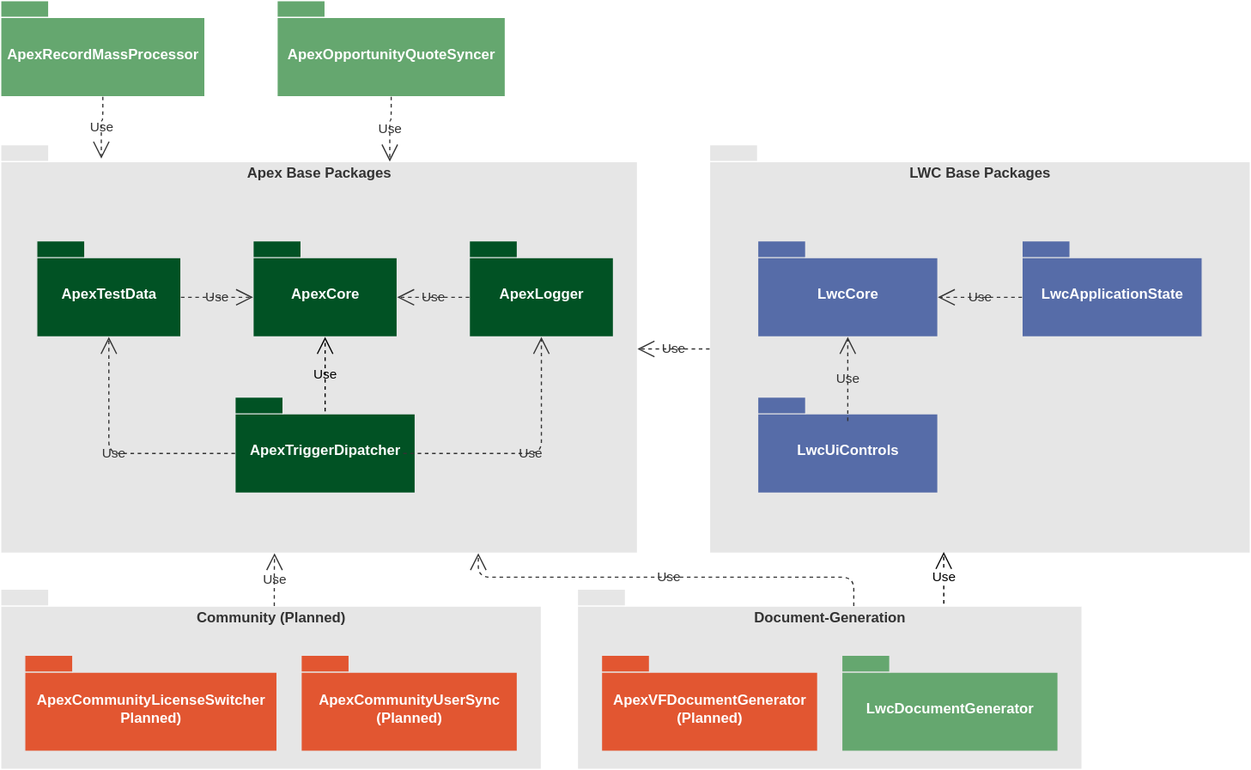
Above: hwToolkit/resources/toolkit-UML.svg in hwconsult/hwconsult.github.io (draw.io), before the change. Source tidied: cells renumbered, new cells last; positions are measured from the earlier drawing's top-left corner, leaving out a move shared by most shapes.
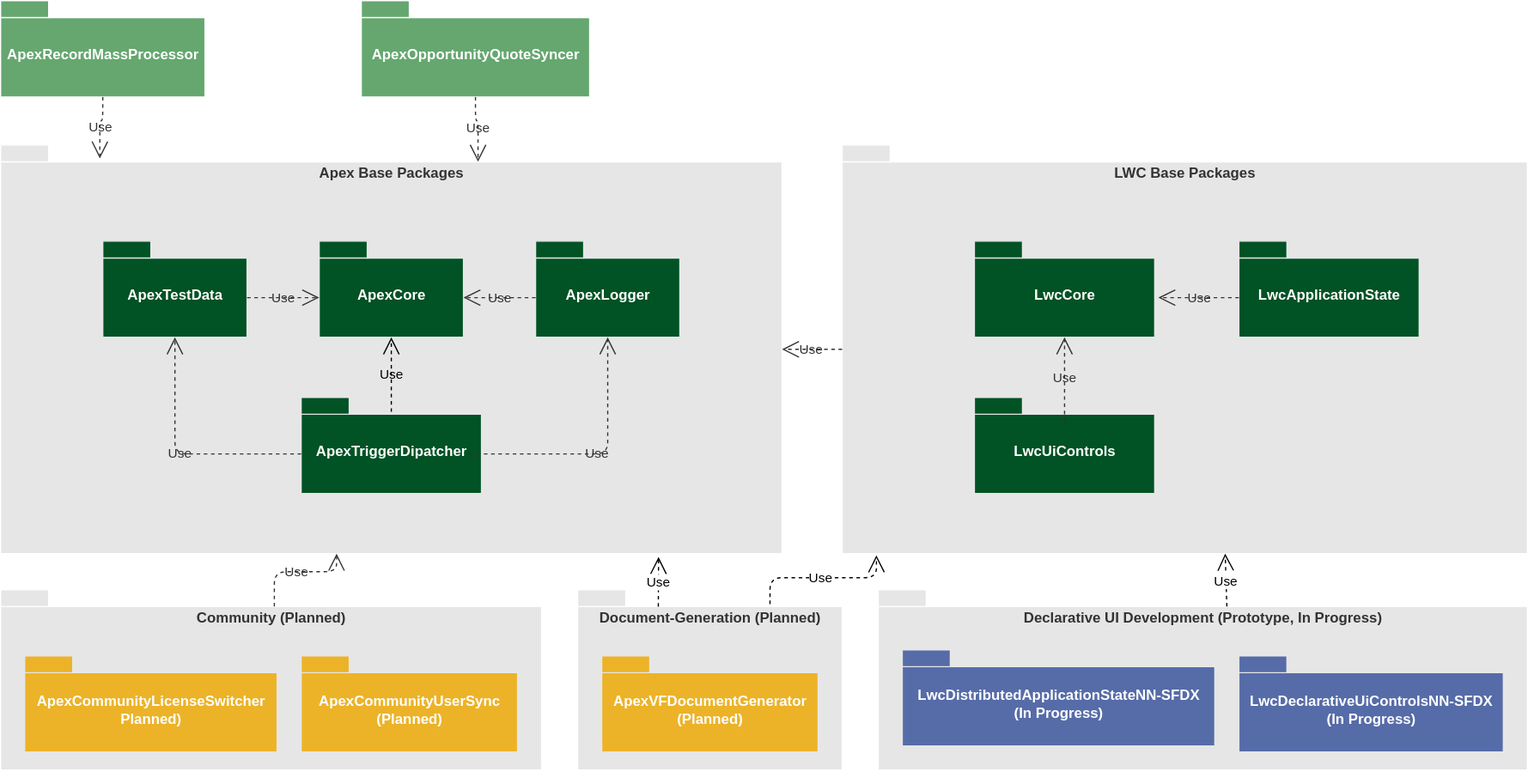
Later version of the same file.

The edit, as a diff of the source:
```diff
@@ -2,23 +2,23 @@
   <root>
     <mxCell id="0" />
     <mxCell id="1" parent="0" />
-    <mxCell id="2" value="Document-Generation" style="shape=folder;fontStyle=1;spacingTop=10;tabWidth=40;tabHeight=14;tabPosition=left;html=1;verticalAlign=top;fillColor=#E6E6E6;strokeColor=#FFFFFF;fontColor=#333333;" parent="1" vertex="1">
-      <mxGeometry x="480" y="490" width="420" height="150" as="geometry" />
+    <mxCell id="2" value="Document-Generation (Planned)" style="shape=folder;fontStyle=1;spacingTop=10;tabWidth=40;tabHeight=14;tabPosition=left;html=1;verticalAlign=top;fillColor=#E6E6E6;strokeColor=#FFFFFF;fontColor=#333333;" parent="1" vertex="1">
+      <mxGeometry x="480" y="490" width="220" height="150" as="geometry" />
     </mxCell>
     <mxCell id="3" value="Apex Base Packages" style="shape=folder;fontStyle=1;spacingTop=10;tabWidth=40;tabHeight=14;tabPosition=left;html=1;verticalAlign=top;strokeColor=#FFFFFF;fillColor=#E6E6E6;fontColor=#333333;" parent="1" vertex="1">
-      <mxGeometry y="120" width="530" height="340" as="geometry" />
+      <mxGeometry y="120" width="650" height="340" as="geometry" />
     </mxCell>
     <mxCell id="4" value="ApexCore" style="shape=folder;fontStyle=1;spacingTop=10;tabWidth=40;tabHeight=14;tabPosition=left;html=1;verticalAlign=middle;strokeColor=#E6E6E6;fillColor=#015224;fontColor=#FFFFFF;" parent="1" vertex="1">
-      <mxGeometry x="210" y="200" width="120" height="80" as="geometry" />
+      <mxGeometry x="265" y="200" width="120" height="80" as="geometry" />
     </mxCell>
     <mxCell id="5" value="ApexTestData" style="shape=folder;fontStyle=1;spacingTop=10;tabWidth=40;tabHeight=14;tabPosition=left;html=1;verticalAlign=middle;strokeColor=#E6E6E6;fillColor=#015224;fontColor=#FFFFFF;" parent="1" vertex="1">
-      <mxGeometry x="30" y="200" width="120" height="80" as="geometry" />
+      <mxGeometry x="85" y="200" width="120" height="80" as="geometry" />
     </mxCell>
     <mxCell id="6" value="ApexTriggerDipatcher" style="shape=folder;fontStyle=1;spacingTop=10;tabWidth=40;tabHeight=14;tabPosition=left;html=1;verticalAlign=middle;strokeColor=#E6E6E6;fillColor=#015224;fontColor=#FFFFFF;" parent="1" vertex="1">
-      <mxGeometry x="195" y="330" width="150" height="80" as="geometry" />
+      <mxGeometry x="250" y="330" width="150" height="80" as="geometry" />
     </mxCell>
     <mxCell id="7" value="ApexLogger" style="shape=folder;fontStyle=1;spacingTop=10;tabWidth=40;tabHeight=14;tabPosition=left;html=1;verticalAlign=middle;strokeColor=#E6E6E6;fillColor=#015224;fontColor=#FFFFFF;" parent="1" vertex="1">
-      <mxGeometry x="390" y="200" width="120" height="80" as="geometry" />
+      <mxGeometry x="445" y="200" width="120" height="80" as="geometry" />
     </mxCell>
     <mxCell id="8" value="Use" style="endArrow=open;endSize=12;dashed=1;html=1;exitX=0;exitY=0;exitDx=120;exitDy=47;exitPerimeter=0;entryX=0;entryY=0;entryDx=0;entryDy=47;entryPerimeter=0;edgeStyle=orthogonalEdgeStyle;labelBackgroundColor=none;fontColor=#333333;strokeColor=#333333;" parent="1" edge="1" source="5" target="4">
       <mxGeometry relative="1" as="geometry" />
@@ -38,56 +38,45 @@
     <mxCell id="13" value="ApexRecordMassProcessor" style="shape=folder;fontStyle=1;spacingTop=10;tabWidth=40;tabHeight=14;tabPosition=left;html=1;verticalAlign=middle;fillColor=#65A76F;strokeColor=#FFFFFF;fontColor=#FFFFFF;" parent="1" vertex="1">
       <mxGeometry width="170" height="80" as="geometry" />
     </mxCell>
-    <mxCell id="14" value="Use" style="endArrow=open;endSize=12;dashed=1;html=1;exitX=0.5;exitY=1;exitDx=0;exitDy=0;exitPerimeter=0;entryX=0.158;entryY=0.034;entryDx=0;entryDy=0;entryPerimeter=0;edgeStyle=orthogonalEdgeStyle;labelBackgroundColor=none;fontColor=#333333;strokeColor=#333333;" parent="1" edge="1" source="13" target="3">
+    <mxCell id="14" value="Use" style="endArrow=open;endSize=12;dashed=1;html=1;exitX=0.5;exitY=1;exitDx=0;exitDy=0;exitPerimeter=0;entryX=0.127;entryY=0.033;entryDx=0;entryDy=0;entryPerimeter=0;edgeStyle=orthogonalEdgeStyle;labelBackgroundColor=none;fontColor=#333333;strokeColor=#333333;" parent="1" edge="1" source="13" target="3">
       <mxGeometry relative="1" as="geometry" />
     </mxCell>
     <mxCell id="15" value="ApexOpportunityQuoteSyncer" style="shape=folder;fontStyle=1;spacingTop=10;tabWidth=40;tabHeight=14;tabPosition=left;html=1;verticalAlign=middle;fillColor=#65A76F;strokeColor=#FFFFFF;fontColor=#FFFFFF;" parent="1" vertex="1">
-      <mxGeometry x="230" width="190" height="80" as="geometry" />
+      <mxGeometry x="300" width="190" height="80" as="geometry" />
     </mxCell>
     <mxCell id="16" value="Use" style="endArrow=open;endSize=12;dashed=1;html=1;entryX=0.611;entryY=0.041;entryDx=0;entryDy=0;entryPerimeter=0;edgeStyle=orthogonalEdgeStyle;exitX=0.5;exitY=1;exitDx=0;exitDy=0;exitPerimeter=0;labelBackgroundColor=none;fontColor=#333333;strokeColor=#333333;" parent="1" edge="1" source="15" target="3">
       <mxGeometry relative="1" as="geometry" />
     </mxCell>
-    <mxCell id="17" value="ApexVFDocumentGenerator&lt;br&gt;(Planned)" style="shape=folder;fontStyle=1;spacingTop=10;tabWidth=40;tabHeight=14;tabPosition=left;html=1;verticalAlign=middle;fillColor=#E25631;strokeColor=#E6E6E6;fontColor=#FFFFFF;" parent="1" vertex="1">
+    <mxCell id="17" value="ApexVFDocumentGenerator&lt;br&gt;(Planned)" style="shape=folder;fontStyle=1;spacingTop=10;tabWidth=40;tabHeight=14;tabPosition=left;html=1;verticalAlign=middle;fillColor=#ECB328;strokeColor=#E6E6E6;fontColor=#FFFFFF;" parent="1" vertex="1">
       <mxGeometry x="500" y="545" width="180" height="80" as="geometry" />
     </mxCell>
-    <mxCell id="18" value="LwcDocumentGenerator" style="shape=folder;fontStyle=1;spacingTop=10;tabWidth=40;tabHeight=14;tabPosition=left;html=1;verticalAlign=middle;fillColor=#65A76F;strokeColor=#E6E6E6;fontColor=#FFFFFF;" parent="1" vertex="1">
-      <mxGeometry x="700" y="545" width="180" height="80" as="geometry" />
-    </mxCell>
-    <mxCell id="19" value="Use" style="endArrow=open;endSize=12;dashed=1;html=1;edgeStyle=orthogonalEdgeStyle;labelBackgroundColor=none;fontColor=#333333;strokeColor=#333333;entryX=0.75;entryY=1;entryDx=0;entryDy=0;entryPerimeter=0;exitX=0;exitY=0;exitDx=230;exitDy=14;exitPerimeter=0;" parent="1" edge="1" source="2" target="3">
-      <mxGeometry relative="1" as="geometry">
-        <Array as="points">
-          <mxPoint x="710" y="480" />
-          <mxPoint x="398" y="480" />
-        </Array>
-      </mxGeometry>
-    </mxCell>
     <mxCell id="20" value="Community (Planned)" style="shape=folder;fontStyle=1;spacingTop=10;tabWidth=40;tabHeight=14;tabPosition=left;html=1;verticalAlign=top;fillColor=#E6E6E6;strokeColor=#FFFFFF;fontColor=#333333;" parent="1" vertex="1">
       <mxGeometry y="490" width="450" height="150" as="geometry" />
     </mxCell>
-    <mxCell id="21" value="ApexCommunityLicenseSwitcher&lt;br&gt;Planned)" style="shape=folder;fontStyle=1;spacingTop=10;tabWidth=40;tabHeight=14;tabPosition=left;html=1;verticalAlign=middle;fillColor=#E25631;strokeColor=#E6E6E6;fontColor=#FFFFFF;" parent="1" vertex="1">
+    <mxCell id="21" value="ApexCommunityLicenseSwitcher&lt;br&gt;Planned)" style="shape=folder;fontStyle=1;spacingTop=10;tabWidth=40;tabHeight=14;tabPosition=left;html=1;verticalAlign=middle;fillColor=#ECB328;strokeColor=#E6E6E6;fontColor=#FFFFFF;" parent="1" vertex="1">
       <mxGeometry x="20" y="545" width="210" height="80" as="geometry" />
     </mxCell>
-    <mxCell id="22" value="ApexCommunityUserSync&lt;br&gt;(Planned)" style="shape=folder;fontStyle=1;spacingTop=10;tabWidth=40;tabHeight=14;tabPosition=left;html=1;verticalAlign=middle;fillColor=#E25631;strokeColor=#E6E6E6;fontColor=#FFFFFF;" parent="1" vertex="1">
+    <mxCell id="22" value="ApexCommunityUserSync&lt;br&gt;(Planned)" style="shape=folder;fontStyle=1;spacingTop=10;tabWidth=40;tabHeight=14;tabPosition=left;html=1;verticalAlign=middle;fillColor=#ECB328;strokeColor=#E6E6E6;fontColor=#FFFFFF;" parent="1" vertex="1">
       <mxGeometry x="250" y="545" width="180" height="80" as="geometry" />
     </mxCell>
     <mxCell id="23" value="Use" style="endArrow=open;endSize=12;dashed=1;html=1;edgeStyle=orthogonalEdgeStyle;labelBackgroundColor=none;fontColor=#333333;strokeColor=#333333;exitX=0.506;exitY=0.093;exitDx=0;exitDy=0;exitPerimeter=0;entryX=0.43;entryY=1;entryDx=0;entryDy=0;entryPerimeter=0;" parent="1" edge="1" source="20" target="3">
       <mxGeometry relative="1" as="geometry" />
     </mxCell>
     <mxCell id="24" value="LWC Base Packages" style="shape=folder;fontStyle=1;spacingTop=10;tabWidth=40;tabHeight=14;tabPosition=left;html=1;verticalAlign=top;strokeColor=#FFFFFF;fillColor=#E6E6E6;fontColor=#333333;" parent="1" vertex="1">
-      <mxGeometry x="590" y="120" width="450" height="340" as="geometry" />
+      <mxGeometry x="700" y="120" width="570" height="340" as="geometry" />
     </mxCell>
-    <mxCell id="25" value="LwcCore" style="shape=folder;fontStyle=1;spacingTop=10;tabWidth=40;tabHeight=14;tabPosition=left;html=1;verticalAlign=middle;strokeColor=#E6E6E6;fillColor=#566CA8;fontColor=#FFFFFF;" parent="1" vertex="1">
-      <mxGeometry x="630" y="200" width="150" height="80" as="geometry" />
+    <mxCell id="25" value="LwcCore" style="shape=folder;fontStyle=1;spacingTop=10;tabWidth=40;tabHeight=14;tabPosition=left;html=1;verticalAlign=middle;strokeColor=#E6E6E6;fillColor=#015224;fontColor=#FFFFFF;" parent="1" vertex="1">
+      <mxGeometry x="810" y="200" width="150" height="80" as="geometry" />
     </mxCell>
-    <mxCell id="26" value="LwcApplicationState" style="shape=folder;fontStyle=1;spacingTop=10;tabWidth=40;tabHeight=14;tabPosition=left;html=1;verticalAlign=middle;strokeColor=#E6E6E6;fillColor=#566CA8;fontColor=#FFFFFF;" parent="1" vertex="1">
-      <mxGeometry x="850" y="200" width="150" height="80" as="geometry" />
+    <mxCell id="26" value="LwcApplicationState" style="shape=folder;fontStyle=1;spacingTop=10;tabWidth=40;tabHeight=14;tabPosition=left;html=1;verticalAlign=middle;strokeColor=#E6E6E6;fillColor=#015224;fontColor=#FFFFFF;" parent="1" vertex="1">
+      <mxGeometry x="1030" y="200" width="150" height="80" as="geometry" />
     </mxCell>
-    <mxCell id="27" value="LwcUiControls" style="shape=folder;fontStyle=1;spacingTop=10;tabWidth=40;tabHeight=14;tabPosition=left;html=1;verticalAlign=middle;strokeColor=#E6E6E6;fillColor=#566CA8;fontColor=#FFFFFF;" parent="1" vertex="1">
-      <mxGeometry x="630" y="330" width="150" height="80" as="geometry" />
+    <mxCell id="27" value="LwcUiControls" style="shape=folder;fontStyle=1;spacingTop=10;tabWidth=40;tabHeight=14;tabPosition=left;html=1;verticalAlign=middle;strokeColor=#E6E6E6;fillColor=#015224;fontColor=#FFFFFF;" parent="1" vertex="1">
+      <mxGeometry x="810" y="330" width="150" height="80" as="geometry" />
     </mxCell>
     <mxCell id="28" value="Use" style="endArrow=open;endSize=12;dashed=1;html=1;exitX=0;exitY=0;exitDx=0;exitDy=47;exitPerimeter=0;edgeStyle=orthogonalEdgeStyle;labelBackgroundColor=none;fontColor=#333333;strokeColor=#333333;" parent="1" edge="1" source="26">
       <mxGeometry relative="1" as="geometry">
-        <mxPoint x="780" y="247" as="targetPoint" />
+        <mxPoint x="963" y="247" as="targetPoint" />
       </mxGeometry>
     </mxCell>
     <mxCell id="29" value="Use" style="endArrow=open;endSize=12;dashed=1;html=1;entryX=0.5;entryY=1;entryDx=0;entryDy=0;entryPerimeter=0;labelBackgroundColor=none;fontColor=#333333;strokeColor=#333333;exitX=0.5;exitY=0.25;exitDx=0;exitDy=0;exitPerimeter=0;" parent="1" edge="1" source="27" target="25">
@@ -96,8 +85,29 @@
     <mxCell id="30" value="Use" style="endArrow=open;endSize=12;dashed=1;html=1;labelBackgroundColor=none;fontColor=#333333;strokeColor=#333333;" parent="1" edge="1" source="24" target="3">
       <mxGeometry relative="1" as="geometry" />
     </mxCell>
-    <mxCell id="31" value="Use" style="endArrow=open;endSize=12;dashed=1;html=1;exitX=0.726;exitY=0.08;exitDx=0;exitDy=0;exitPerimeter=0;entryX=0.433;entryY=0.997;entryDx=0;entryDy=0;entryPerimeter=0;" parent="1" edge="1" source="2" target="24">
-      <mxGeometry relative="1" as="geometry" />
+    <mxCell id="31" value="Use" style="endArrow=open;endSize=12;dashed=1;html=1;entryX=0.05;entryY=1.004;entryDx=0;entryDy=0;entryPerimeter=0;edgeStyle=orthogonalEdgeStyle;" parent="1" edge="1" target="24">
+      <mxGeometry relative="1" as="geometry">
+        <mxPoint x="640" y="502" as="sourcePoint" />
+        <Array as="points">
+          <mxPoint x="640" y="480" />
+          <mxPoint x="729" y="480" />
+        </Array>
+      </mxGeometry>
     </mxCell>
+    <mxCell id="32" value="Declarative UI Development (Prototype, In Progress)" style="shape=folder;fontStyle=1;spacingTop=10;tabWidth=40;tabHeight=14;tabPosition=left;html=1;verticalAlign=top;fillColor=#E6E6E6;strokeColor=#FFFFFF;fontColor=#333333;" parent="1" vertex="1">
+      <mxGeometry x="730" y="490" width="540" height="150" as="geometry" />
+    </mxCell>
+    <mxCell id="33" value="LwcDistributedApplicationStateNN-SFDX&lt;br&gt;(In Progress)" style="shape=folder;fontStyle=1;spacingTop=10;tabWidth=40;tabHeight=14;tabPosition=left;html=1;verticalAlign=middle;fillColor=#566CA8;strokeColor=#E6E6E6;fontColor=#FFFFFF;" parent="1" vertex="1">
+      <mxGeometry x="750" y="540" width="260" height="80" as="geometry" />
+    </mxCell>
+    <mxCell id="34" value="LwcDeclarativeUiControlsNN-SFDX&lt;br&gt;(In Progress)" style="shape=folder;fontStyle=1;spacingTop=10;tabWidth=40;tabHeight=14;tabPosition=left;html=1;verticalAlign=middle;fillColor=#566CA8;strokeColor=#E6E6E6;fontColor=#FFFFFF;" parent="1" vertex="1">
+      <mxGeometry x="1030" y="545" width="220" height="80" as="geometry" />
+    </mxCell>
+    <mxCell id="19" value="Use" style="endArrow=open;endSize=12;dashed=1;html=1;exitX=0.305;exitY=0.094;exitDx=0;exitDy=0;exitPerimeter=0;entryX=0.842;entryY=1.008;entryDx=0;entryDy=0;entryPerimeter=0;" parent="1" edge="1" source="2" target="3">
+      <mxGeometry relative="1" as="geometry" />
+    </mxCell>
+    <mxCell id="35" value="Use" style="endArrow=open;endSize=12;dashed=1;html=1;exitX=0;exitY=0;exitDx=290;exitDy=14;exitPerimeter=0;entryX=0.559;entryY=1;entryDx=0;entryDy=0;entryPerimeter=0;" parent="1" edge="1" source="32" target="24">
+      <mxGeometry relative="1" as="geometry" />
+    </mxCell>
   </root>
 </mxGraphModel>
```
